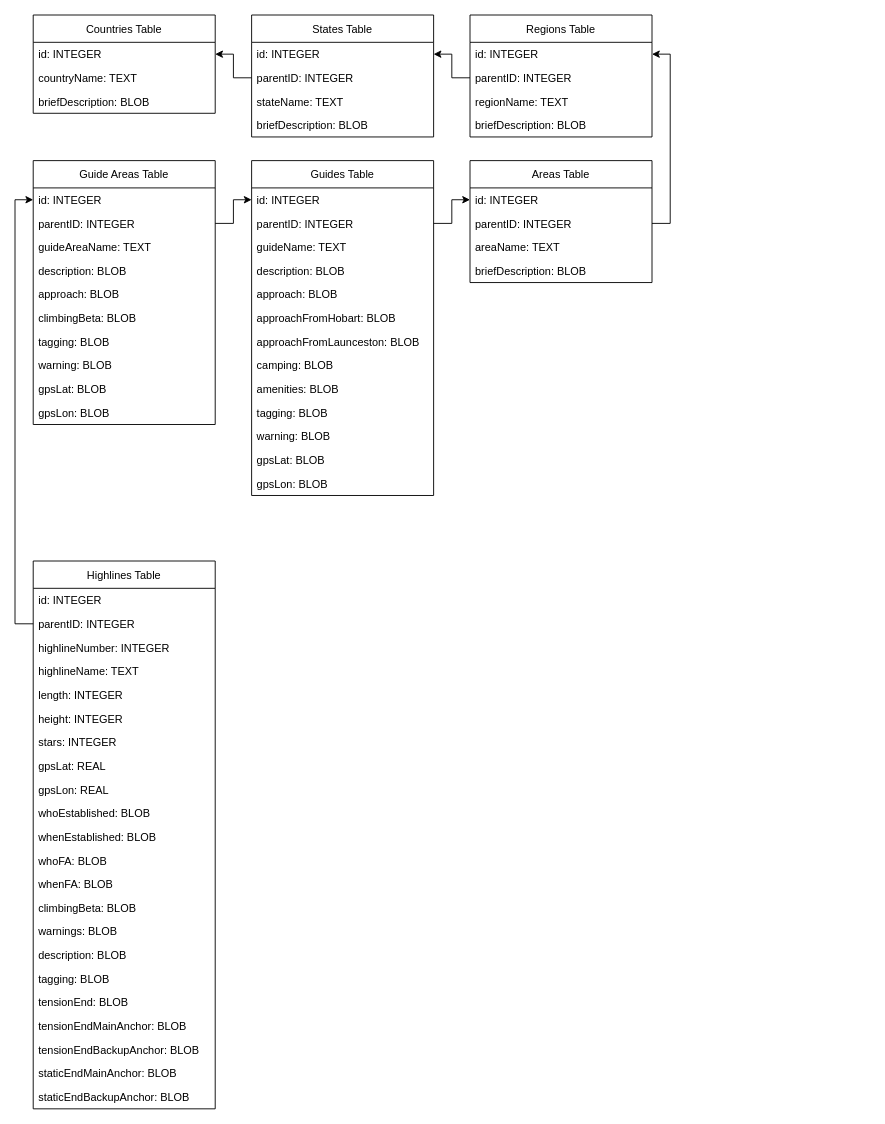
Before: assets/database/Untitled Diagram.drawio in Levy787/slacker_app, a draw.io diagram. Source tidied: cells renumbered, new cells numbered last; positions are measured from the earlier drawing's top-left corner, leaving out a move shared by most shapes. Both pictures are drawn from the tidied source at 91%, with x=0, y=0 at pixel (33, 15).
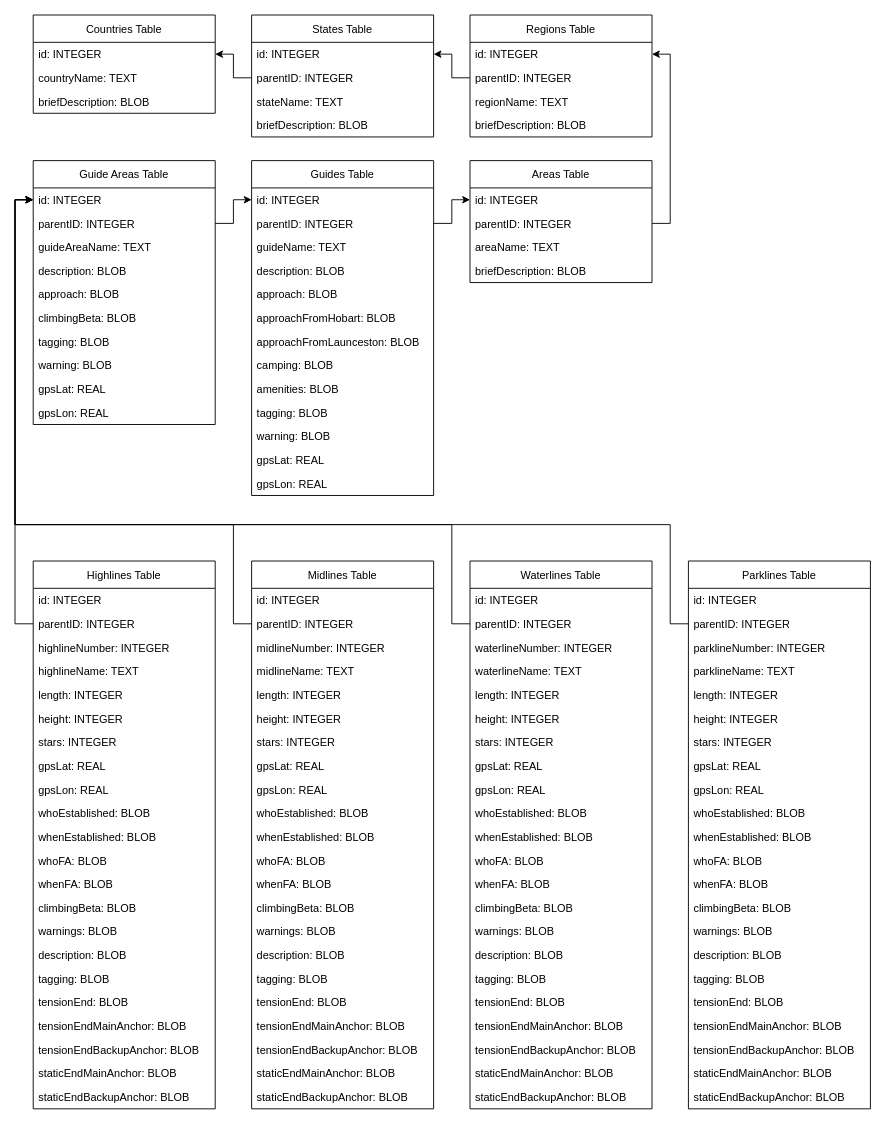
The same page after the edit.

Unchanged cells that the change refers to:
```xml
<mxCell id="24" value="Guides Table" style="swimlane;fontStyle=0;horizontal=1;startSize=30;fillColor=none;" parent="1" vertex="1">
  <mxGeometry x="240" y="160" width="200" height="368" as="geometry" />
</mxCell>
<mxCell id="39" value="Guide Areas Table" style="swimlane;fontStyle=0;horizontal=1;startSize=30;fillColor=none;" parent="1" vertex="1">
  <mxGeometry y="160" width="200" height="290" as="geometry" />
</mxCell>
<mxCell id="40" value="id: INTEGER" style="text;strokeColor=none;fillColor=none;align=left;verticalAlign=top;spacingLeft=4;spacingRight=4;overflow=hidden;points=[[0,0.5],[1,0.5]];portConstraint=eastwest;" parent="39" vertex="1">
  <mxGeometry y="30" width="200" height="26" as="geometry" />
</mxCell>
```

The edit, as a diff of the source:
```diff
@@
-    <mxCell id="36" value="gpsLat: BLOB" style="text;strokeColor=none;fillColor=none;align=left;verticalAlign=top;spacingLeft=4;spacingRight=4;overflow=hidden;" parent="24" vertex="1">
+    <mxCell id="36" value="gpsLat: REAL" style="text;strokeColor=none;fillColor=none;align=left;verticalAlign=top;spacingLeft=4;spacingRight=4;overflow=hidden;" parent="24" vertex="1">
       <mxGeometry y="316" width="200" height="26" as="geometry" />
     </mxCell>
-    <mxCell id="37" value="gpsLon: BLOB" style="text;strokeColor=none;fillColor=none;align=left;verticalAlign=top;spacingLeft=4;spacingRight=4;overflow=hidden;" parent="24" vertex="1">
+    <mxCell id="37" value="gpsLon: REAL" style="text;strokeColor=none;fillColor=none;align=left;verticalAlign=top;spacingLeft=4;spacingRight=4;overflow=hidden;" parent="24" vertex="1">
       <mxGeometry y="342" width="200" height="26" as="geometry" />
     </mxCell>
@@
-    <mxCell id="48" value="gpsLat: BLOB" style="text;strokeColor=none;fillColor=none;align=left;verticalAlign=top;spacingLeft=4;spacingRight=4;overflow=hidden;" parent="39" vertex="1">
+    <mxCell id="48" value="gpsLat: REAL" style="text;strokeColor=none;fillColor=none;align=left;verticalAlign=top;spacingLeft=4;spacingRight=4;overflow=hidden;" parent="39" vertex="1">
       <mxGeometry y="238" width="200" height="26" as="geometry" />
     </mxCell>
-    <mxCell id="49" value="gpsLon: BLOB" style="text;strokeColor=none;fillColor=none;align=left;verticalAlign=top;spacingLeft=4;spacingRight=4;overflow=hidden;" parent="39" vertex="1">
+    <mxCell id="49" value="gpsLon: REAL" style="text;strokeColor=none;fillColor=none;align=left;verticalAlign=top;spacingLeft=4;spacingRight=4;overflow=hidden;" parent="39" vertex="1">
       <mxGeometry y="264" width="200" height="26" as="geometry" />
     </mxCell>
@@
+    <mxCell id="75" value="Midlines Table" style="swimlane;fontStyle=0;horizontal=1;startSize=30;fillColor=none;" parent="1" vertex="1">
+      <mxGeometry x="240" y="600" width="200" height="602" as="geometry" />
+    </mxCell>
+    <mxCell id="76" value="id: INTEGER" style="text;strokeColor=none;fillColor=none;align=left;verticalAlign=top;spacingLeft=4;spacingRight=4;overflow=hidden;" parent="75" vertex="1">
+      <mxGeometry y="30" width="200" height="26" as="geometry" />
+    </mxCell>
+    <mxCell id="77" value="parentID: INTEGER" style="text;strokeColor=none;fillColor=none;align=left;verticalAlign=top;spacingLeft=4;spacingRight=4;overflow=hidden;points=[[0,0.5],[1,0.5]];portConstraint=eastwest;" parent="75" vertex="1">
+      <mxGeometry y="56" width="200" height="26" as="geometry" />
+    </mxCell>
+    <mxCell id="78" value="midlineNumber: INTEGER" style="text;strokeColor=none;fillColor=none;align=left;verticalAlign=top;spacingLeft=4;spacingRight=4;overflow=hidden;" parent="75" vertex="1">
+      <mxGeometry y="82" width="200" height="26" as="geometry" />
+    </mxCell>
+    <mxCell id="79" value="midlineName: TEXT" style="text;strokeColor=none;fillColor=none;align=left;verticalAlign=top;spacingLeft=4;spacingRight=4;overflow=hidden;" parent="75" vertex="1">
+      <mxGeometry y="108" width="200" height="26" as="geometry" />
+    </mxCell>
+    <mxCell id="80" value="length: INTEGER" style="text;strokeColor=none;fillColor=none;align=left;verticalAlign=top;spacingLeft=4;spacingRight=4;overflow=hidden;" parent="75" vertex="1">
+      <mxGeometry y="134" width="200" height="26" as="geometry" />
+    </mxCell>
+    <mxCell id="81" value="height: INTEGER" style="text;strokeColor=none;fillColor=none;align=left;verticalAlign=top;spacingLeft=4;spacingRight=4;overflow=hidden;" parent="75" vertex="1">
+      <mxGeometry y="160" width="200" height="26" as="geometry" />
+    </mxCell>
+    <mxCell id="82" value="stars: INTEGER" style="text;strokeColor=none;fillColor=none;align=left;verticalAlign=top;spacingLeft=4;spacingRight=4;overflow=hidden;" parent="75" vertex="1">
+      <mxGeometry y="186" width="200" height="26" as="geometry" />
+    </mxCell>
+    <mxCell id="83" value="gpsLat: REAL" style="text;strokeColor=none;fillColor=none;align=left;verticalAlign=top;spacingLeft=4;spacingRight=4;overflow=hidden;" parent="75" vertex="1">
+      <mxGeometry y="212" width="200" height="26" as="geometry" />
+    </mxCell>
+    <mxCell id="84" value="gpsLon: REAL" style="text;strokeColor=none;fillColor=none;align=left;verticalAlign=top;spacingLeft=4;spacingRight=4;overflow=hidden;" parent="75" vertex="1">
+      <mxGeometry y="238" width="200" height="26" as="geometry" />
+    </mxCell>
+    <mxCell id="85" value="whoEstablished: BLOB" style="text;strokeColor=none;fillColor=none;align=left;verticalAlign=top;spacingLeft=4;spacingRight=4;overflow=hidden;" parent="75" vertex="1">
+      <mxGeometry y="264" width="200" height="26" as="geometry" />
+    </mxCell>
+    <mxCell id="86" value="whenEstablished: BLOB" style="text;strokeColor=none;fillColor=none;align=left;verticalAlign=top;spacingLeft=4;spacingRight=4;overflow=hidden;" parent="75" vertex="1">
+      <mxGeometry y="290" width="200" height="26" as="geometry" />
+    </mxCell>
+    <mxCell id="87" value="whoFA: BLOB" style="text;strokeColor=none;fillColor=none;align=left;verticalAlign=top;spacingLeft=4;spacingRight=4;overflow=hidden;" parent="75" vertex="1">
+      <mxGeometry y="316" width="200" height="26" as="geometry" />
+    </mxCell>
+    <mxCell id="88" value="whenFA: BLOB" style="text;strokeColor=none;fillColor=none;align=left;verticalAlign=top;spacingLeft=4;spacingRight=4;overflow=hidden;" parent="75" vertex="1">
+      <mxGeometry y="342" width="200" height="26" as="geometry" />
+    </mxCell>
+    <mxCell id="89" value="climbingBeta: BLOB" style="text;strokeColor=none;fillColor=none;align=left;verticalAlign=top;spacingLeft=4;spacingRight=4;overflow=hidden;" parent="75" vertex="1">
+      <mxGeometry y="368" width="200" height="26" as="geometry" />
+    </mxCell>
+    <mxCell id="90" value="warnings: BLOB" style="text;strokeColor=none;fillColor=none;align=left;verticalAlign=top;spacingLeft=4;spacingRight=4;overflow=hidden;" parent="75" vertex="1">
+      <mxGeometry y="394" width="200" height="26" as="geometry" />
+    </mxCell>
+    <mxCell id="91" value="description: BLOB" style="text;strokeColor=none;fillColor=none;align=left;verticalAlign=top;spacingLeft=4;spacingRight=4;overflow=hidden;" parent="75" vertex="1">
+      <mxGeometry y="420" width="200" height="26" as="geometry" />
+    </mxCell>
+    <mxCell id="92" value="tagging: BLOB" style="text;strokeColor=none;fillColor=none;align=left;verticalAlign=top;spacingLeft=4;spacingRight=4;overflow=hidden;" parent="75" vertex="1">
+      <mxGeometry y="446" width="200" height="26" as="geometry" />
+    </mxCell>
+    <mxCell id="93" value="tensionEnd: BLOB" style="text;strokeColor=none;fillColor=none;align=left;verticalAlign=top;spacingLeft=4;spacingRight=4;overflow=hidden;" parent="75" vertex="1">
+      <mxGeometry y="472" width="200" height="26" as="geometry" />
+    </mxCell>
+    <mxCell id="94" value="tensionEndMainAnchor: BLOB" style="text;strokeColor=none;fillColor=none;align=left;verticalAlign=top;spacingLeft=4;spacingRight=4;overflow=hidden;" parent="75" vertex="1">
+      <mxGeometry y="498" width="200" height="26" as="geometry" />
+    </mxCell>
+    <mxCell id="95" value="tensionEndBackupAnchor: BLOB" style="text;strokeColor=none;fillColor=none;align=left;verticalAlign=top;spacingLeft=4;spacingRight=4;overflow=hidden;" parent="75" vertex="1">
+      <mxGeometry y="524" width="200" height="26" as="geometry" />
+    </mxCell>
+    <mxCell id="96" value="staticEndMainAnchor: BLOB" style="text;strokeColor=none;fillColor=none;align=left;verticalAlign=top;spacingLeft=4;spacingRight=4;overflow=hidden;" parent="75" vertex="1">
+      <mxGeometry y="550" width="200" height="26" as="geometry" />
+    </mxCell>
+    <mxCell id="97" value="staticEndBackupAnchor: BLOB" style="text;strokeColor=none;fillColor=none;align=left;verticalAlign=top;spacingLeft=4;spacingRight=4;overflow=hidden;" parent="75" vertex="1">
+      <mxGeometry y="576" width="200" height="26" as="geometry" />
+    </mxCell>
+    <mxCell id="98" style="edgeStyle=orthogonalEdgeStyle;rounded=0;jettySize=auto;html=1;exitX=0;exitY=0.5;exitDx=0;exitDy=0;entryX=0;entryY=0.5;entryDx=0;entryDy=0;" parent="1" edge="1" source="77" target="40">
+      <mxGeometry relative="1" as="geometry">
+        <Array as="points">
+          <mxPoint x="220" y="669" />
+          <mxPoint x="220" y="560" />
+          <mxPoint x="-20" y="560" />
+          <mxPoint x="-20" y="203" />
+        </Array>
+      </mxGeometry>
+    </mxCell>
+    <mxCell id="99" value="Waterlines Table" style="swimlane;fontStyle=0;horizontal=1;startSize=30;fillColor=none;" parent="1" vertex="1">
+      <mxGeometry x="480" y="600" width="200" height="602" as="geometry" />
+    </mxCell>
+    <mxCell id="100" value="id: INTEGER" style="text;strokeColor=none;fillColor=none;align=left;verticalAlign=top;spacingLeft=4;spacingRight=4;overflow=hidden;" parent="99" vertex="1">
+      <mxGeometry y="30" width="200" height="26" as="geometry" />
+    </mxCell>
+    <mxCell id="101" value="parentID: INTEGER" style="text;strokeColor=none;fillColor=none;align=left;verticalAlign=top;spacingLeft=4;spacingRight=4;overflow=hidden;points=[[0,0.5],[1,0.5]];portConstraint=eastwest;" parent="99" vertex="1">
+      <mxGeometry y="56" width="200" height="26" as="geometry" />
+    </mxCell>
+    <mxCell id="102" value="waterlineNumber: INTEGER" style="text;strokeColor=none;fillColor=none;align=left;verticalAlign=top;spacingLeft=4;spacingRight=4;overflow=hidden;" parent="99" vertex="1">
+      <mxGeometry y="82" width="200" height="26" as="geometry" />
+    </mxCell>
+    <mxCell id="103" value="waterlineName: TEXT" style="text;strokeColor=none;fillColor=none;align=left;verticalAlign=top;spacingLeft=4;spacingRight=4;overflow=hidden;" parent="99" vertex="1">
+      <mxGeometry y="108" width="200" height="26" as="geometry" />
+    </mxCell>
+    <mxCell id="104" value="length: INTEGER" style="text;strokeColor=none;fillColor=none;align=left;verticalAlign=top;spacingLeft=4;spacingRight=4;overflow=hidden;" parent="99" vertex="1">
+      <mxGeometry y="134" width="200" height="26" as="geometry" />
+    </mxCell>
+    <mxCell id="105" value="height: INTEGER" style="text;strokeColor=none;fillColor=none;align=left;verticalAlign=top;spacingLeft=4;spacingRight=4;overflow=hidden;" parent="99" vertex="1">
+      <mxGeometry y="160" width="200" height="26" as="geometry" />
+    </mxCell>
+    <mxCell id="106" value="stars: INTEGER" style="text;strokeColor=none;fillColor=none;align=left;verticalAlign=top;spacingLeft=4;spacingRight=4;overflow=hidden;" parent="99" vertex="1">
+      <mxGeometry y="186" width="200" height="26" as="geometry" />
+    </mxCell>
+    <mxCell id="107" value="gpsLat: REAL" style="text;strokeColor=none;fillColor=none;align=left;verticalAlign=top;spacingLeft=4;spacingRight=4;overflow=hidden;" parent="99" vertex="1">
+      <mxGeometry y="212" width="200" height="26" as="geometry" />
+    </mxCell>
+    <mxCell id="108" value="gpsLon: REAL" style="text;strokeColor=none;fillColor=none;align=left;verticalAlign=top;spacingLeft=4;spacingRight=4;overflow=hidden;" parent="99" vertex="1">
+      <mxGeometry y="238" width="200" height="26" as="geometry" />
+    </mxCell>
+    <mxCell id="109" value="whoEstablished: BLOB" style="text;strokeColor=none;fillColor=none;align=left;verticalAlign=top;spacingLeft=4;spacingRight=4;overflow=hidden;" parent="99" vertex="1">
+      <mxGeometry y="264" width="200" height="26" as="geometry" />
+    </mxCell>
+    <mxCell id="110" value="whenEstablished: BLOB" style="text;strokeColor=none;fillColor=none;align=left;verticalAlign=top;spacingLeft=4;spacingRight=4;overflow=hidden;" parent="99" vertex="1">
+      <mxGeometry y="290" width="200" height="26" as="geometry" />
+    </mxCell>
+    <mxCell id="111" value="whoFA: BLOB" style="text;strokeColor=none;fillColor=none;align=left;verticalAlign=top;spacingLeft=4;spacingRight=4;overflow=hidden;" parent="99" vertex="1">
+      <mxGeometry y="316" width="200" height="26" as="geometry" />
+    </mxCell>
+    <mxCell id="112" value="whenFA: BLOB" style="text;strokeColor=none;fillColor=none;align=left;verticalAlign=top;spacingLeft=4;spacingRight=4;overflow=hidden;" parent="99" vertex="1">
+      <mxGeometry y="342" width="200" height="26" as="geometry" />
+    </mxCell>
+    <mxCell id="113" value="climbingBeta: BLOB" style="text;strokeColor=none;fillColor=none;align=left;verticalAlign=top;spacingLeft=4;spacingRight=4;overflow=hidden;" parent="99" vertex="1">
+      <mxGeometry y="368" width="200" height="26" as="geometry" />
+    </mxCell>
+    <mxCell id="114" value="warnings: BLOB" style="text;strokeColor=none;fillColor=none;align=left;verticalAlign=top;spacingLeft=4;spacingRight=4;overflow=hidden;" parent="99" vertex="1">
+      <mxGeometry y="394" width="200" height="26" as="geometry" />
+    </mxCell>
+    <mxCell id="115" value="description: BLOB" style="text;strokeColor=none;fillColor=none;align=left;verticalAlign=top;spacingLeft=4;spacingRight=4;overflow=hidden;" parent="99" vertex="1">
+      <mxGeometry y="420" width="200" height="26" as="geometry" />
+    </mxCell>
+    <mxCell id="116" value="tagging: BLOB" style="text;strokeColor=none;fillColor=none;align=left;verticalAlign=top;spacingLeft=4;spacingRight=4;overflow=hidden;" parent="99" vertex="1">
+      <mxGeometry y="446" width="200" height="26" as="geometry" />
+    </mxCell>
+    <mxCell id="117" value="tensionEnd: BLOB" style="text;strokeColor=none;fillColor=none;align=left;verticalAlign=top;spacingLeft=4;spacingRight=4;overflow=hidden;" parent="99" vertex="1">
+      <mxGeometry y="472" width="200" height="26" as="geometry" />
+    </mxCell>
+    <mxCell id="118" value="tensionEndMainAnchor: BLOB" style="text;strokeColor=none;fillColor=none;align=left;verticalAlign=top;spacingLeft=4;spacingRight=4;overflow=hidden;" parent="99" vertex="1">
+      <mxGeometry y="498" width="200" height="26" as="geometry" />
+    </mxCell>
+    <mxCell id="119" value="tensionEndBackupAnchor: BLOB" style="text;strokeColor=none;fillColor=none;align=left;verticalAlign=top;spacingLeft=4;spacingRight=4;overflow=hidden;" parent="99" vertex="1">
+      <mxGeometry y="524" width="200" height="26" as="geometry" />
+    </mxCell>
+    <mxCell id="120" value="staticEndMainAnchor: BLOB" style="text;strokeColor=none;fillColor=none;align=left;verticalAlign=top;spacingLeft=4;spacingRight=4;overflow=hidden;" parent="99" vertex="1">
+      <mxGeometry y="550" width="200" height="26" as="geometry" />
+    </mxCell>
+    <mxCell id="121" value="staticEndBackupAnchor: BLOB" style="text;strokeColor=none;fillColor=none;align=left;verticalAlign=top;spacingLeft=4;spacingRight=4;overflow=hidden;" parent="99" vertex="1">
+      <mxGeometry y="576" width="200" height="26" as="geometry" />
+    </mxCell>
+    <mxCell id="122" style="edgeStyle=orthogonalEdgeStyle;rounded=0;jettySize=auto;html=1;exitX=0;exitY=0.5;exitDx=0;exitDy=0;entryX=0;entryY=0.5;entryDx=0;entryDy=0;" parent="1" edge="1" source="101" target="40">
+      <mxGeometry relative="1" as="geometry">
+        <Array as="points">
+          <mxPoint x="460" y="669" />
+          <mxPoint x="460" y="560" />
+          <mxPoint x="-20" y="560" />
+          <mxPoint x="-20" y="203" />
+        </Array>
+      </mxGeometry>
+    </mxCell>
+    <mxCell id="123" value="Parklines Table" style="swimlane;fontStyle=0;horizontal=1;startSize=30;fillColor=none;" parent="1" vertex="1">
+      <mxGeometry x="720" y="600" width="200" height="602" as="geometry" />
+    </mxCell>
+    <mxCell id="124" value="id: INTEGER" style="text;strokeColor=none;fillColor=none;align=left;verticalAlign=top;spacingLeft=4;spacingRight=4;overflow=hidden;" parent="123" vertex="1">
+      <mxGeometry y="30" width="200" height="26" as="geometry" />
+    </mxCell>
+    <mxCell id="125" value="parentID: INTEGER" style="text;strokeColor=none;fillColor=none;align=left;verticalAlign=top;spacingLeft=4;spacingRight=4;overflow=hidden;points=[[0,0.5],[1,0.5]];portConstraint=eastwest;" parent="123" vertex="1">
+      <mxGeometry y="56" width="200" height="26" as="geometry" />
+    </mxCell>
+    <mxCell id="126" value="parklineNumber: INTEGER" style="text;strokeColor=none;fillColor=none;align=left;verticalAlign=top;spacingLeft=4;spacingRight=4;overflow=hidden;" parent="123" vertex="1">
+      <mxGeometry y="82" width="200" height="26" as="geometry" />
+    </mxCell>
+    <mxCell id="127" value="parklineName: TEXT" style="text;strokeColor=none;fillColor=none;align=left;verticalAlign=top;spacingLeft=4;spacingRight=4;overflow=hidden;" parent="123" vertex="1">
+      <mxGeometry y="108" width="200" height="26" as="geometry" />
+    </mxCell>
+    <mxCell id="128" value="length: INTEGER" style="text;strokeColor=none;fillColor=none;align=left;verticalAlign=top;spacingLeft=4;spacingRight=4;overflow=hidden;" parent="123" vertex="1">
+      <mxGeometry y="134" width="200" height="26" as="geometry" />
+    </mxCell>
+    <mxCell id="129" value="height: INTEGER" style="text;strokeColor=none;fillColor=none;align=left;verticalAlign=top;spacingLeft=4;spacingRight=4;overflow=hidden;" parent="123" vertex="1">
+      <mxGeometry y="160" width="200" height="26" as="geometry" />
+    </mxCell>
+    <mxCell id="130" value="stars: INTEGER" style="text;strokeColor=none;fillColor=none;align=left;verticalAlign=top;spacingLeft=4;spacingRight=4;overflow=hidden;" parent="123" vertex="1">
+      <mxGeometry y="186" width="200" height="26" as="geometry" />
+    </mxCell>
+    <mxCell id="131" value="gpsLat: REAL" style="text;strokeColor=none;fillColor=none;align=left;verticalAlign=top;spacingLeft=4;spacingRight=4;overflow=hidden;" parent="123" vertex="1">
+      <mxGeometry y="212" width="200" height="26" as="geometry" />
+    </mxCell>
+    <mxCell id="132" value="gpsLon: REAL" style="text;strokeColor=none;fillColor=none;align=left;verticalAlign=top;spacingLeft=4;spacingRight=4;overflow=hidden;" parent="123" vertex="1">
+      <mxGeometry y="238" width="200" height="26" as="geometry" />
+    </mxCell>
+    <mxCell id="133" value="whoEstablished: BLOB" style="text;strokeColor=none;fillColor=none;align=left;verticalAlign=top;spacingLeft=4;spacingRight=4;overflow=hidden;" parent="123" vertex="1">
+      <mxGeometry y="264" width="200" height="26" as="geometry" />
+    </mxCell>
+    <mxCell id="134" value="whenEstablished: BLOB" style="text;strokeColor=none;fillColor=none;align=left;verticalAlign=top;spacingLeft=4;spacingRight=4;overflow=hidden;" parent="123" vertex="1">
+      <mxGeometry y="290" width="200" height="26" as="geometry" />
+    </mxCell>
+    <mxCell id="135" value="whoFA: BLOB" style="text;strokeColor=none;fillColor=none;align=left;verticalAlign=top;spacingLeft=4;spacingRight=4;overflow=hidden;" parent="123" vertex="1">
+      <mxGeometry y="316" width="200" height="26" as="geometry" />
+    </mxCell>
+    <mxCell id="136" value="whenFA: BLOB" style="text;strokeColor=none;fillColor=none;align=left;verticalAlign=top;spacingLeft=4;spacingRight=4;overflow=hidden;" parent="123" vertex="1">
+      <mxGeometry y="342" width="200" height="26" as="geometry" />
+    </mxCell>
+    <mxCell id="137" value="climbingBeta: BLOB" style="text;strokeColor=none;fillColor=none;align=left;verticalAlign=top;spacingLeft=4;spacingRight=4;overflow=hidden;" parent="123" vertex="1">
+      <mxGeometry y="368" width="200" height="26" as="geometry" />
+    </mxCell>
+    <mxCell id="138" value="warnings: BLOB" style="text;strokeColor=none;fillColor=none;align=left;verticalAlign=top;spacingLeft=4;spacingRight=4;overflow=hidden;" parent="123" vertex="1">
+      <mxGeometry y="394" width="200" height="26" as="geometry" />
+    </mxCell>
+    <mxCell id="139" value="description: BLOB" style="text;strokeColor=none;fillColor=none;align=left;verticalAlign=top;spacingLeft=4;spacingRight=4;overflow=hidden;" parent="123" vertex="1">
+      <mxGeometry y="420" width="200" height="26" as="geometry" />
+    </mxCell>
+    <mxCell id="140" value="tagging: BLOB" style="text;strokeColor=none;fillColor=none;align=left;verticalAlign=top;spacingLeft=4;spacingRight=4;overflow=hidden;" parent="123" vertex="1">
+      <mxGeometry y="446" width="200" height="26" as="geometry" />
+    </mxCell>
+    <mxCell id="141" value="tensionEnd: BLOB" style="text;strokeColor=none;fillColor=none;align=left;verticalAlign=top;spacingLeft=4;spacingRight=4;overflow=hidden;" parent="123" vertex="1">
+      <mxGeometry y="472" width="200" height="26" as="geometry" />
+    </mxCell>
+    <mxCell id="142" value="tensionEndMainAnchor: BLOB" style="text;strokeColor=none;fillColor=none;align=left;verticalAlign=top;spacingLeft=4;spacingRight=4;overflow=hidden;" parent="123" vertex="1">
+      <mxGeometry y="498" width="200" height="26" as="geometry" />
+    </mxCell>
+    <mxCell id="143" value="tensionEndBackupAnchor: BLOB" style="text;strokeColor=none;fillColor=none;align=left;verticalAlign=top;spacingLeft=4;spacingRight=4;overflow=hidden;" parent="123" vertex="1">
+      <mxGeometry y="524" width="200" height="26" as="geometry" />
+    </mxCell>
+    <mxCell id="144" value="staticEndMainAnchor: BLOB" style="text;strokeColor=none;fillColor=none;align=left;verticalAlign=top;spacingLeft=4;spacingRight=4;overflow=hidden;" parent="123" vertex="1">
+      <mxGeometry y="550" width="200" height="26" as="geometry" />
+    </mxCell>
+    <mxCell id="145" value="staticEndBackupAnchor: BLOB" style="text;strokeColor=none;fillColor=none;align=left;verticalAlign=top;spacingLeft=4;spacingRight=4;overflow=hidden;" parent="123" vertex="1">
+      <mxGeometry y="576" width="200" height="26" as="geometry" />
+    </mxCell>
+    <mxCell id="146" style="edgeStyle=orthogonalEdgeStyle;rounded=0;jettySize=auto;html=1;exitX=0;exitY=0.5;exitDx=0;exitDy=0;entryX=0;entryY=0.5;entryDx=0;entryDy=0;" parent="1" edge="1" source="125" target="40">
+      <mxGeometry relative="1" as="geometry">
+        <Array as="points">
+          <mxPoint x="700" y="669" />
+          <mxPoint x="700" y="560" />
+          <mxPoint x="-20" y="560" />
+          <mxPoint x="-20" y="203" />
+        </Array>
+      </mxGeometry>
+    </mxCell>
```
